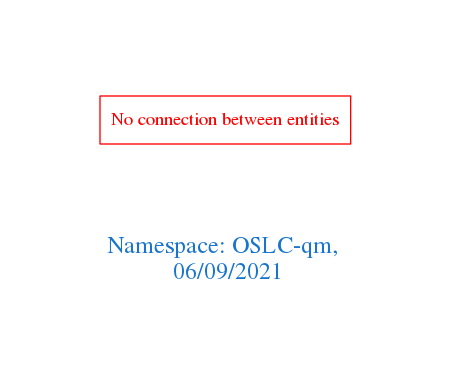
Earlier version of the Graphviz export downloads/OSLC-qm.png (arago/OGIT). Its source is kept beside it as downloads/OSLC-qm.dot.
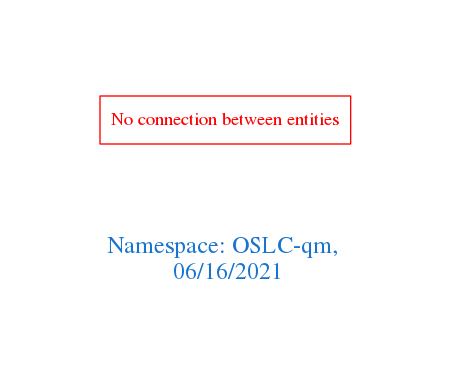
The same diagram one commit later.

Diff of the diagram source:
```diff
@@ -1,7 +1,7 @@
 digraph OGIT_ontology {
  graph [ rankdir= LR,pad=1
 fontsize = 18,
-fontcolor= dodgerblue3,label = "\n\n\nNamespace: OSLC-qm, \n 06/09/2021"];
+fontcolor= dodgerblue3,label = "\n\n\nNamespace: OSLC-qm, \n 06/16/2021"];
 node[shape=polygon];
 edge [  color="gray81"];
 
```
